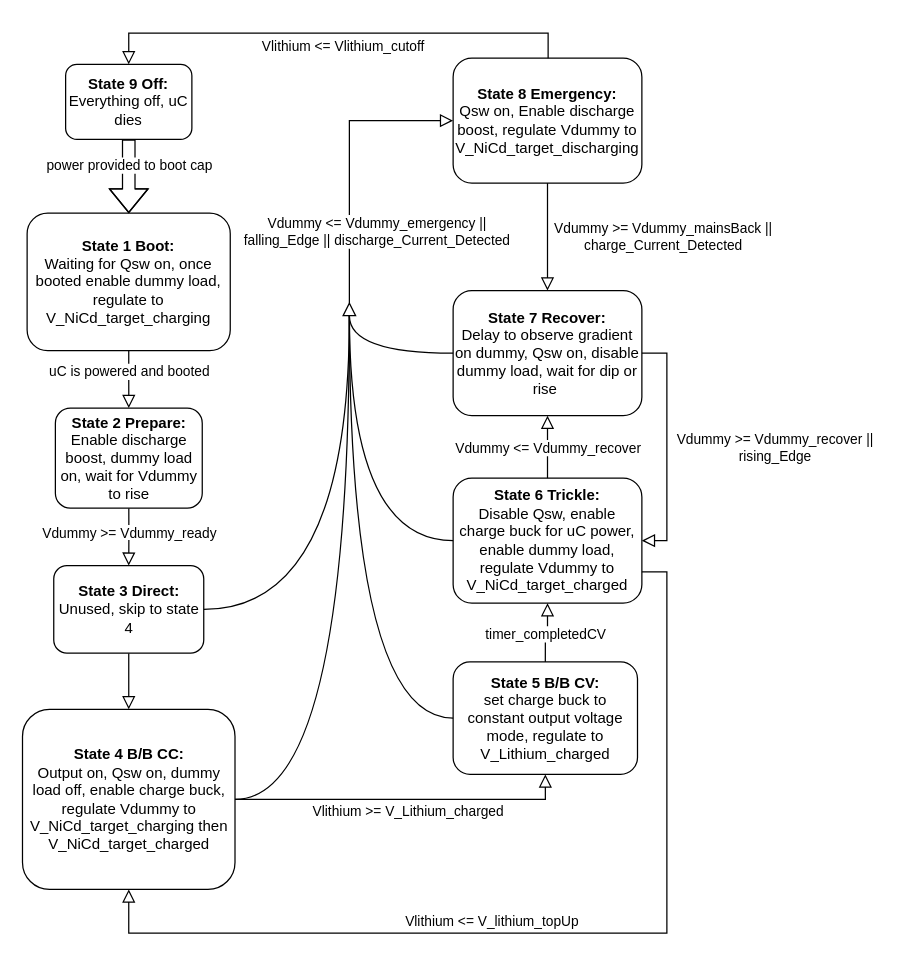
Before: 204IntefaceFlowchart_CV.drawio in BStainthorpe/Flowcharts, a draw.io diagram. Source tidied: cells renumbered, new cells numbered last; positions are measured from the earlier drawing's top-left corner, leaving out a move shared by most shapes. Both pictures are drawn from the tidied source at 125%, with x=0, y=0 at pixel (21, 32).
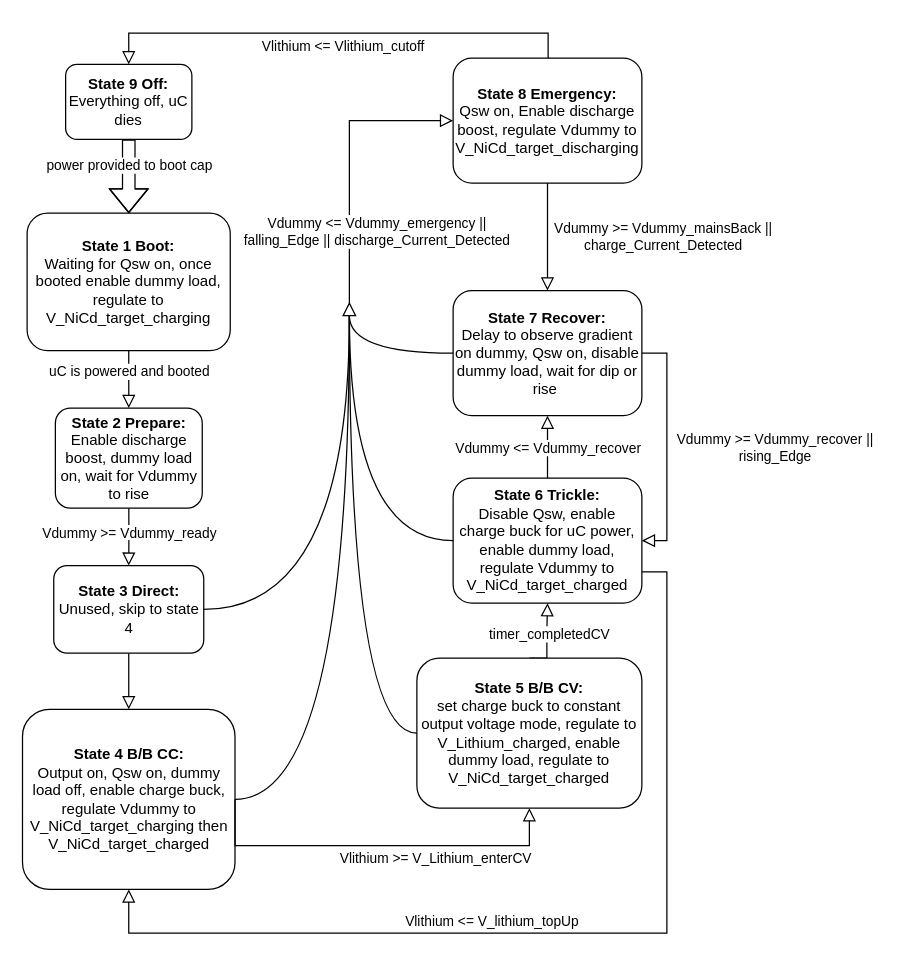
After the change.

Unchanged cells that the change refers to:
```xml
<mxCell id="8" value="&lt;b&gt;State 4 B/B CC:&lt;/b&gt;&lt;div&gt;Output on, Qsw on, dummy load off, enable charge buck, regulate Vdummy to V_NiCd_target_charging then V_NiCd_target_charged&lt;/div&gt;" style="rounded=1;whiteSpace=wrap;html=1;fontSize=12;glass=0;strokeWidth=1;shadow=0;" parent="1" vertex="1">
  <mxGeometry x="0.5" y="541" width="170" height="144" as="geometry" />
</mxCell>
<mxCell id="11" value="&lt;b&gt;State 6 Trickle:&lt;/b&gt;&lt;div&gt;Disable Qsw, enable charge buck for uC power, enable dummy load, regulate Vdummy to V_NiCd_target_charged&lt;/div&gt;" style="rounded=1;whiteSpace=wrap;html=1;fontSize=12;glass=0;strokeWidth=1;shadow=0;" parent="1" vertex="1">
  <mxGeometry x="345" y="356" width="151" height="100" as="geometry" />
</mxCell>
<mxCell id="15" style="triangle;whiteSpace=wrap;html=1;rotation=-90;" parent="1" vertex="1">
  <mxGeometry x="257" y="216" width="10" height="10" as="geometry" />
</mxCell>
```

What changed in the source:
```diff
@@
-    <mxCell id="9" value="&lt;b&gt;State 5 B/B CV:&lt;/b&gt;&lt;div&gt;set charge buck to constant output voltage mode, regulate to V_Lithium_charged&lt;/div&gt;" style="rounded=1;whiteSpace=wrap;html=1;fontSize=12;glass=0;strokeWidth=1;shadow=0;" parent="1" vertex="1">
-      <mxGeometry x="345" y="503" width="147.5" height="90" as="geometry" />
-    </mxCell>
-    <mxCell id="10" value="&lt;span style=&quot;background-color: rgb(255, 255, 255);&quot;&gt;Vlithium &amp;gt;= V_Lithium_charged&lt;/span&gt;" style="rounded=0;html=1;jettySize=auto;fontSize=11;endArrow=block;endFill=0;endSize=8;strokeWidth=1;shadow=0;labelBackgroundColor=none;edgeStyle=orthogonalEdgeStyle;exitX=1;exitY=0.5;exitDx=0;exitDy=0;entryX=0.5;entryY=1;entryDx=0;entryDy=0;" parent="1" edge="1" source="8" target="9">
-      <mxGeometry x="0.03" y="-10" relative="1" as="geometry">
+    <mxCell id="10" value="&lt;span style=&quot;background-color: rgb(255, 255, 255);&quot;&gt;Vlithium &amp;gt;= V_Lithium_enterCV&lt;/span&gt;" style="rounded=0;html=1;jettySize=auto;fontSize=11;endArrow=block;endFill=0;endSize=8;strokeWidth=1;shadow=0;labelBackgroundColor=none;edgeStyle=orthogonalEdgeStyle;exitX=1;exitY=0.5;exitDx=0;exitDy=0;entryX=0.5;entryY=1;entryDx=0;entryDy=0;" parent="1" edge="1" source="8" target="38">
+      <mxGeometry x="0.3" y="-10" relative="1" as="geometry">
         <Array as="points">
-          <mxPoint x="419" y="613" />
+          <mxPoint x="171" y="650" />
+          <mxPoint x="406" y="650" />
         </Array>
       </mxGeometry>
     </mxCell>
@@
-    <mxCell id="12" style="rounded=0;html=1;jettySize=auto;fontSize=11;endArrow=block;endFill=0;endSize=8;strokeWidth=1;shadow=0;labelBackgroundColor=none;edgeStyle=orthogonalEdgeStyle;exitX=0.5;exitY=0;exitDx=0;exitDy=0;entryX=0.5;entryY=1;entryDx=0;entryDy=0;" parent="1" edge="1" source="9" target="11">
-      <mxGeometry x="0.04" y="20" relative="1" as="geometry" />
+    <mxCell id="12" style="rounded=0;html=1;jettySize=auto;fontSize=11;endArrow=block;endFill=0;endSize=8;strokeWidth=1;shadow=0;labelBackgroundColor=none;edgeStyle=orthogonalEdgeStyle;exitX=0.5;exitY=0;exitDx=0;exitDy=0;entryX=0.5;entryY=1;entryDx=0;entryDy=0;" parent="1" edge="1" source="38" target="11">
+      <mxGeometry x="0.04" y="20" relative="1" as="geometry">
+        <Array as="points">
+          <mxPoint x="420" y="500" />
+          <mxPoint x="420" y="478" />
+        </Array>
+      </mxGeometry>
     </mxCell>
     <mxCell id="13" value="timer_completedCV" style="edgeLabel;html=1;align=center;verticalAlign=middle;" parent="12" vertex="1">
-      <mxGeometry x="-0.04" relative="1" as="geometry" />
+      <mxGeometry x="-0.04" relative="1" as="geometry">
+        <mxPoint x="1" y="-6" as="offset" />
+      </mxGeometry>
     </mxCell>
@@
-    <mxCell id="18" style="edgeStyle=orthogonalEdgeStyle;rounded=0;html=1;jettySize=auto;fontSize=11;endArrow=none;endFill=0;strokeWidth=1;shadow=0;labelBackgroundColor=none;exitX=0;exitY=0.5;exitDx=0;exitDy=0;curved=1;entryX=0;entryY=0.5;entryDx=0;entryDy=0;" parent="1" edge="1" source="9" target="15">
+    <mxCell id="18" style="edgeStyle=orthogonalEdgeStyle;rounded=0;html=1;jettySize=auto;fontSize=11;endArrow=none;endFill=0;strokeWidth=1;shadow=0;labelBackgroundColor=none;exitX=0;exitY=0.5;exitDx=0;exitDy=0;curved=1;entryX=0;entryY=0.5;entryDx=0;entryDy=0;" parent="1" edge="1" source="38" target="15">
       <mxGeometry relative="1" as="geometry" />
     </mxCell>
@@
+    <mxCell id="38" value="&lt;b&gt;State 5 B/B CV:&lt;/b&gt;&lt;div&gt;set charge buck to constant output voltage mode, regulate to V_Lithium_charged, enable dummy load, regulate to V_NiCd_target_charged&lt;/div&gt;" style="rounded=1;whiteSpace=wrap;html=1;fontSize=12;glass=0;strokeWidth=1;shadow=0;" parent="1" vertex="1">
+      <mxGeometry x="316" y="500" width="180" height="120" as="geometry" />
+    </mxCell>
```
